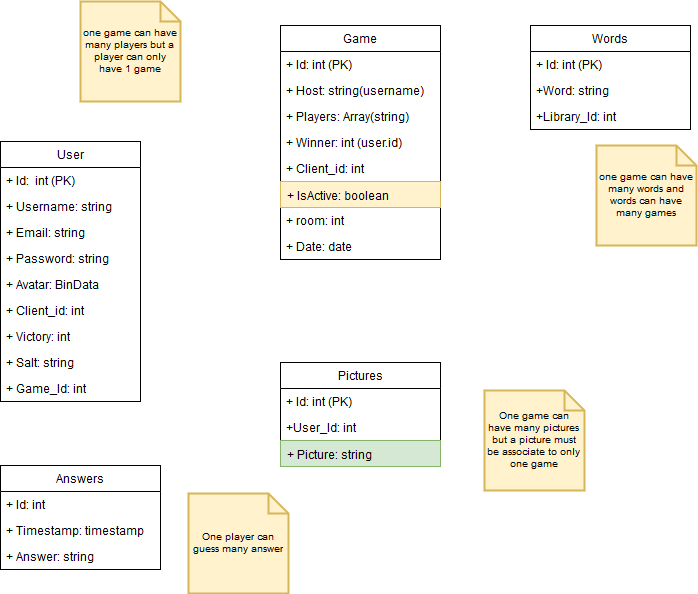
Above: UML_Graphics/Database_skeleton.png in O-clock-Pulsar/Pictionary-TeamPyjamasque (draw.io), before the change. Source tidied: cells renumbered, new cells last; positions are measured from the earlier drawing's top-left corner, leaving out a move shared by most shapes.
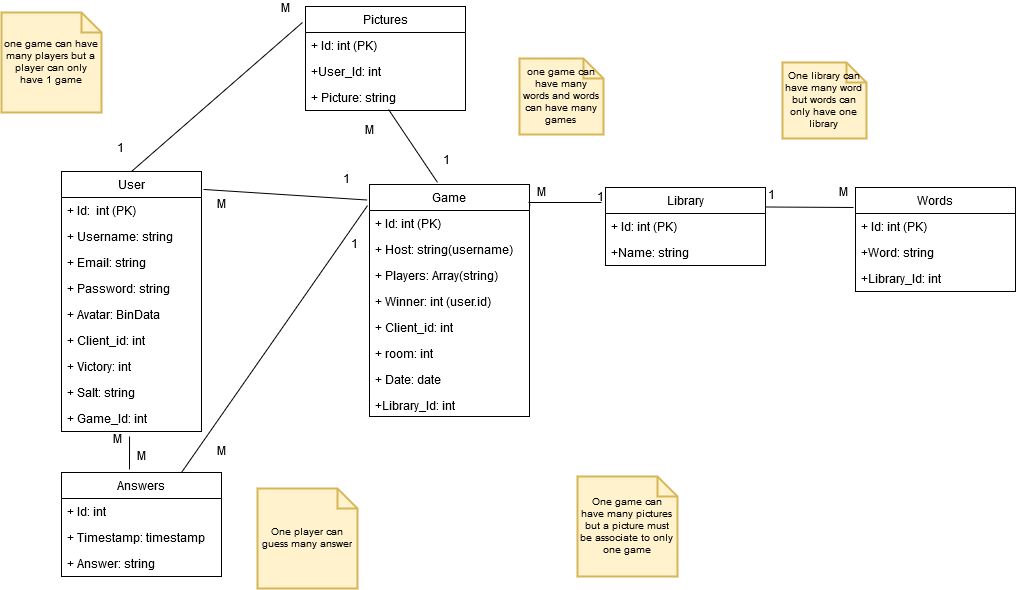
Later version of the same file.

Commit message:
modify database skeleton uml

What changed in the source:
```diff
@@ -3,7 +3,7 @@
     <mxCell id="0" />
     <mxCell id="1" parent="0" />
     <mxCell id="2" value="Game" style="swimlane;fontStyle=0;horizontal=1;startSize=26;fillColor=none;" parent="1" vertex="1">
-      <mxGeometry x="280" y="24" width="160" height="234" as="geometry" />
+      <mxGeometry x="308" y="176" width="160" height="232" as="geometry" />
     </mxCell>
     <mxCell id="3" value="+ Id: int (PK)" style="text;strokeColor=none;fillColor=none;align=left;verticalAlign=top;spacingLeft=4;spacingRight=4;overflow=hidden;points=[[0,0.5],[1,0.5]];portConstraint=eastwest;" parent="2" vertex="1">
       <mxGeometry y="26" width="160" height="26" as="geometry" />
@@ -20,17 +20,14 @@
     <mxCell id="7" value="+ Client_id: int" style="text;strokeColor=none;fillColor=none;align=left;verticalAlign=top;spacingLeft=4;spacingRight=4;overflow=hidden;" parent="2" vertex="1">
       <mxGeometry y="130" width="160" height="26" as="geometry" />
     </mxCell>
-    <mxCell id="8" value="+ IsActive: boolean" style="text;strokeColor=#d6b656;fillColor=#fff2cc;align=left;verticalAlign=top;spacingLeft=4;spacingRight=4;overflow=hidden;" parent="2" vertex="1">
-      <mxGeometry y="156" width="160" height="26" as="geometry" />
-    </mxCell>
     <mxCell id="9" value="+ room: int" style="text;strokeColor=none;fillColor=none;align=left;verticalAlign=top;spacingLeft=4;spacingRight=4;overflow=hidden;" parent="2" vertex="1">
-      <mxGeometry y="182" width="160" height="26" as="geometry" />
+      <mxGeometry y="156" width="160" height="26" as="geometry" />
     </mxCell>
     <mxCell id="10" value="+ Date: date" style="text;strokeColor=none;fillColor=none;align=left;verticalAlign=top;spacingLeft=4;spacingRight=4;overflow=hidden;" parent="2" vertex="1">
-      <mxGeometry y="208" width="160" height="26" as="geometry" />
+      <mxGeometry y="182" width="160" height="50" as="geometry" />
     </mxCell>
     <mxCell id="11" value="Pictures" style="swimlane;fontStyle=0;horizontal=1;startSize=26;fillColor=none;" parent="1" vertex="1">
-      <mxGeometry x="280" y="361" width="160" height="104" as="geometry" />
+      <mxGeometry x="244" y="-2" width="160" height="104" as="geometry" />
     </mxCell>
     <mxCell id="12" value="+ Id: int (PK)" style="text;strokeColor=none;fillColor=none;align=left;verticalAlign=top;spacingLeft=4;spacingRight=4;overflow=hidden;" parent="11" vertex="1">
       <mxGeometry y="26" width="160" height="26" as="geometry" />
@@ -38,11 +35,11 @@
     <mxCell id="13" value="+User_Id: int" style="text;strokeColor=none;fillColor=none;align=left;verticalAlign=top;spacingLeft=4;spacingRight=4;overflow=hidden;" parent="11" vertex="1">
       <mxGeometry y="52" width="160" height="26" as="geometry" />
     </mxCell>
-    <mxCell id="14" value="+ Picture: string" style="text;strokeColor=#82b366;fillColor=#d5e8d4;align=left;verticalAlign=top;spacingLeft=4;spacingRight=4;overflow=hidden;points=[[0,0.5],[1,0.5]];portConstraint=eastwest;" parent="11" vertex="1">
+    <mxCell id="14" value="+ Picture: string" style="text;align=left;verticalAlign=top;spacingLeft=4;spacingRight=4;overflow=hidden;points=[[0,0.5],[1,0.5]];portConstraint=eastwest;" parent="11" vertex="1">
       <mxGeometry y="78" width="160" height="26" as="geometry" />
     </mxCell>
     <mxCell id="15" value="User" style="swimlane;fontStyle=0;horizontal=1;startSize=26;fillColor=none;" parent="1" vertex="1">
-      <mxGeometry y="140" width="140" height="260" as="geometry" />
+      <mxGeometry y="163" width="140" height="260" as="geometry" />
     </mxCell>
     <mxCell id="16" value="+ Id:  int (PK)" style="text;strokeColor=none;fillColor=none;align=left;verticalAlign=top;spacingLeft=4;spacingRight=4;overflow=hidden;" parent="15" vertex="1">
       <mxGeometry y="26" width="140" height="26" as="geometry" />
@@ -72,7 +69,7 @@
       <mxGeometry y="234" width="140" height="26" as="geometry" />
     </mxCell>
     <mxCell id="25" value="Words" style="swimlane;fontStyle=0;horizontal=1;startSize=26;fillColor=none;" parent="1" vertex="1">
-      <mxGeometry x="530" y="24" width="160" height="104" as="geometry" />
+      <mxGeometry x="794" y="179" width="160" height="104" as="geometry" />
     </mxCell>
     <mxCell id="26" value="+ Id: int (PK)" style="text;strokeColor=none;fillColor=none;align=left;verticalAlign=top;spacingLeft=4;spacingRight=4;overflow=hidden;" parent="25" vertex="1">
       <mxGeometry y="26" width="160" height="26" as="geometry" />
@@ -96,16 +93,100 @@
       <mxGeometry y="78" width="160" height="26" as="geometry" />
     </mxCell>
     <mxCell id="33" value="one game can have many players but a player can only have 1 game" style="shape=note;strokeWidth=2;fontSize=10;size=20;whiteSpace=wrap;html=1;align=center;fillColor=#fff2cc;strokeColor=#d6b656;" parent="1" vertex="1">
-      <mxGeometry x="80" width="100" height="100" as="geometry" />
+      <mxGeometry x="-60" y="4" width="100" height="100" as="geometry" />
     </mxCell>
     <mxCell id="34" value="One player can guess many answer" style="shape=note;strokeWidth=2;fontSize=10;size=20;whiteSpace=wrap;html=1;align=center;fillColor=#fff2cc;strokeColor=#d6b656;" parent="1" vertex="1">
-      <mxGeometry x="188" y="492" width="100" height="100" as="geometry" />
+      <mxGeometry x="196" y="480" width="100" height="100" as="geometry" />
     </mxCell>
     <mxCell id="35" value="one game can have many words and words can have many games" style="shape=note;strokeWidth=2;fontSize=10;size=20;whiteSpace=wrap;html=1;align=center;fillColor=#fff2cc;strokeColor=#d6b656;" parent="1" vertex="1">
-      <mxGeometry x="596" y="144" width="100" height="100" as="geometry" />
+      <mxGeometry x="458" y="50" width="84" height="76" as="geometry" />
     </mxCell>
     <mxCell id="36" value="One game can have many pictures but a picture must be associate to only one game" style="shape=note;strokeWidth=2;fontSize=10;size=20;whiteSpace=wrap;html=1;align=center;fillColor=#fff2cc;strokeColor=#d6b656;" parent="1" vertex="1">
-      <mxGeometry x="484" y="389" width="100" height="100" as="geometry" />
+      <mxGeometry x="516" y="468" width="100" height="100" as="geometry" />
     </mxCell>
+    <mxCell id="37" value="Library" style="swimlane;fontStyle=0;horizontal=1;startSize=26;fillColor=none;" parent="1" vertex="1">
+      <mxGeometry x="544" y="179" width="160" height="78" as="geometry" />
+    </mxCell>
+    <mxCell id="38" value="+ Id: int (PK)" style="text;strokeColor=none;fillColor=none;align=left;verticalAlign=top;spacingLeft=4;spacingRight=4;overflow=hidden;" parent="37" vertex="1">
+      <mxGeometry y="26" width="160" height="26" as="geometry" />
+    </mxCell>
+    <mxCell id="39" value="+Name: string" style="text;strokeColor=none;fillColor=none;align=left;verticalAlign=top;spacingLeft=4;spacingRight=4;overflow=hidden;" parent="37" vertex="1">
+      <mxGeometry y="52" width="160" height="26" as="geometry" />
+    </mxCell>
+    <mxCell id="40" value="One library can have many word but words can only have one library" style="shape=note;strokeWidth=2;fontSize=10;size=20;whiteSpace=wrap;html=1;align=center;fillColor=#fff2cc;strokeColor=#d6b656;" parent="1" vertex="1">
+      <mxGeometry x="721" y="54" width="84" height="76" as="geometry" />
+    </mxCell>
+    <mxCell id="41" style="endArrow=none;html=1;exitX=1;exitY=0.25;exitDx=0;exitDy=0;entryX=0.917;entryY=0.958;entryDx=0;entryDy=0;entryPerimeter=0;" parent="1" edge="1" source="37" target="43">
+      <mxGeometry relative="1" as="geometry" />
+    </mxCell>
+    <mxCell id="42" value="1" style="text;html=1;align=left;verticalAlign=top;spacingTop=-4;" parent="1" vertex="1">
+      <mxGeometry x="705" y="179" width="16" height="24" as="geometry" />
+    </mxCell>
+    <mxCell id="43" value="M" style="text;html=1;points=[];align=center;verticalAlign=top;spacingTop=-4;" parent="1" vertex="1">
+      <mxGeometry x="770" y="176" width="24" height="24" as="geometry" />
+    </mxCell>
+    <mxCell id="44" style="endArrow=none;html=1;" parent="1" edge="1">
+      <mxGeometry relative="1" as="geometry">
+        <mxPoint x="467" y="194" as="sourcePoint" />
+        <mxPoint x="540" y="194" as="targetPoint" />
+      </mxGeometry>
+    </mxCell>
+    <mxCell id="45" value="&lt;div align=&quot;center&quot;&gt;M&lt;/div&gt;" style="text;html=1;points=[];align=center;verticalAlign=top;spacingTop=-4;" parent="1" vertex="1">
+      <mxGeometry x="468" y="176" width="24" height="24" as="geometry" />
+    </mxCell>
+    <mxCell id="46" style="endArrow=none;html=1;exitX=1.006;exitY=0.087;exitDx=0;exitDy=0;exitPerimeter=0;" parent="1" edge="1" source="2" target="45">
+      <mxGeometry relative="1" as="geometry" />
+    </mxCell>
+    <mxCell id="47" value="1" style="text;html=1;align=left;verticalAlign=top;spacingTop=-4;" parent="1" vertex="1">
+      <mxGeometry x="534" y="181" width="16" height="24" as="geometry" />
+    </mxCell>
+    <mxCell id="48" style="endArrow=none;html=1;entryX=-0.012;entryY=0.067;entryDx=0;entryDy=0;entryPerimeter=0;exitX=1.014;exitY=0.069;exitDx=0;exitDy=0;exitPerimeter=0;" parent="1" edge="1" source="15" target="2">
+      <mxGeometry relative="1" as="geometry" />
+    </mxCell>
+    <mxCell id="49" value="&lt;div align=&quot;center&quot;&gt;M&lt;/div&gt;" style="text;html=1;align=center;verticalAlign=top;spacingTop=-4;" parent="1" vertex="1">
+      <mxGeometry x="148" y="188" width="24" height="24" as="geometry" />
+    </mxCell>
+    <mxCell id="50" value="1" style="text;html=1;align=left;verticalAlign=top;spacingTop=-4;" parent="1" vertex="1">
+      <mxGeometry x="280" y="163" width="16" height="24" as="geometry" />
+    </mxCell>
+    <mxCell id="51" style="endArrow=none;html=1;entryX=0.486;entryY=1.192;entryDx=0;entryDy=0;entryPerimeter=0;exitX=0.425;exitY=-0.029;exitDx=0;exitDy=0;exitPerimeter=0;" parent="1" edge="1" source="29" target="24">
+      <mxGeometry relative="1" as="geometry" />
+    </mxCell>
+    <mxCell id="52" value="&lt;div align=&quot;center&quot;&gt;M&lt;/div&gt;" style="text;html=1;align=center;verticalAlign=top;spacingTop=-4;" parent="1" vertex="1">
+      <mxGeometry x="44" y="423" width="24" height="24" as="geometry" />
+    </mxCell>
+    <mxCell id="53" value="&lt;div align=&quot;center&quot;&gt;M&lt;/div&gt;" style="text;html=1;align=center;verticalAlign=top;spacingTop=-4;" parent="1" vertex="1">
+      <mxGeometry x="68" y="440" width="24" height="24" as="geometry" />
+    </mxCell>
+    <mxCell id="54" style="endArrow=none;html=1;entryX=0.425;entryY=-0.009;entryDx=0;entryDy=0;entryPerimeter=0;exitX=0.519;exitY=0.962;exitDx=0;exitDy=0;exitPerimeter=0;" parent="1" edge="1" source="14" target="2">
+      <mxGeometry relative="1" as="geometry" />
+    </mxCell>
+    <mxCell id="55" value="1" style="text;html=1;align=left;verticalAlign=top;spacingTop=-4;" parent="1" vertex="1">
+      <mxGeometry x="380" y="144" width="16" height="24" as="geometry" />
+    </mxCell>
+    <mxCell id="56" value="&lt;div align=&quot;center&quot;&gt;M&lt;/div&gt;" style="text;html=1;align=center;verticalAlign=top;spacingTop=-4;" parent="1" vertex="1">
+      <mxGeometry x="296" y="114" width="24" height="24" as="geometry" />
+    </mxCell>
+    <mxCell id="57" style="endArrow=none;html=1;exitX=0.75;exitY=0;exitDx=0;exitDy=0;entryX=-0.012;entryY=-0.192;entryDx=0;entryDy=0;entryPerimeter=0;" parent="1" edge="1" source="29" target="3">
+      <mxGeometry relative="1" as="geometry" />
+    </mxCell>
+    <mxCell id="58" value="1" style="text;html=1;align=left;verticalAlign=top;spacingTop=-4;" parent="1" vertex="1">
+      <mxGeometry x="288" y="228" width="16" height="24" as="geometry" />
+    </mxCell>
+    <mxCell id="59" value="&lt;div align=&quot;center&quot;&gt;M&lt;/div&gt;" style="text;html=1;align=center;verticalAlign=top;spacingTop=-4;" parent="1" vertex="1">
+      <mxGeometry x="148" y="435" width="24" height="24" as="geometry" />
+    </mxCell>
+    <mxCell id="60" value="+Library_Id: int" style="text;strokeColor=none;fillColor=none;align=left;verticalAlign=top;spacingLeft=4;spacingRight=4;overflow=hidden;" parent="1" vertex="1">
+      <mxGeometry x="308" y="383.5" width="160" height="26" as="geometry" />
+    </mxCell>
+    <mxCell id="61" style="endArrow=none;html=1;entryX=0.5;entryY=0;entryDx=0;entryDy=0;exitX=-0.019;exitY=0.154;exitDx=0;exitDy=0;exitPerimeter=0;" parent="1" edge="1" source="11" target="15">
+      <mxGeometry relative="1" as="geometry" />
+    </mxCell>
+    <mxCell id="62" value="&lt;div align=&quot;center&quot;&gt;M&lt;/div&gt;" style="text;html=1;align=center;verticalAlign=top;spacingTop=-4;" parent="1" vertex="1">
+      <mxGeometry x="212" y="-8" width="24" height="24" as="geometry" />
+    </mxCell>
+    <mxCell id="63" value="1" style="text;html=1;align=left;verticalAlign=top;spacingTop=-4;" parent="1" vertex="1">
+      <mxGeometry x="54" y="132" width="16" height="24" as="geometry" />
+    </mxCell>
   </root>
 </mxGraphModel>
```
